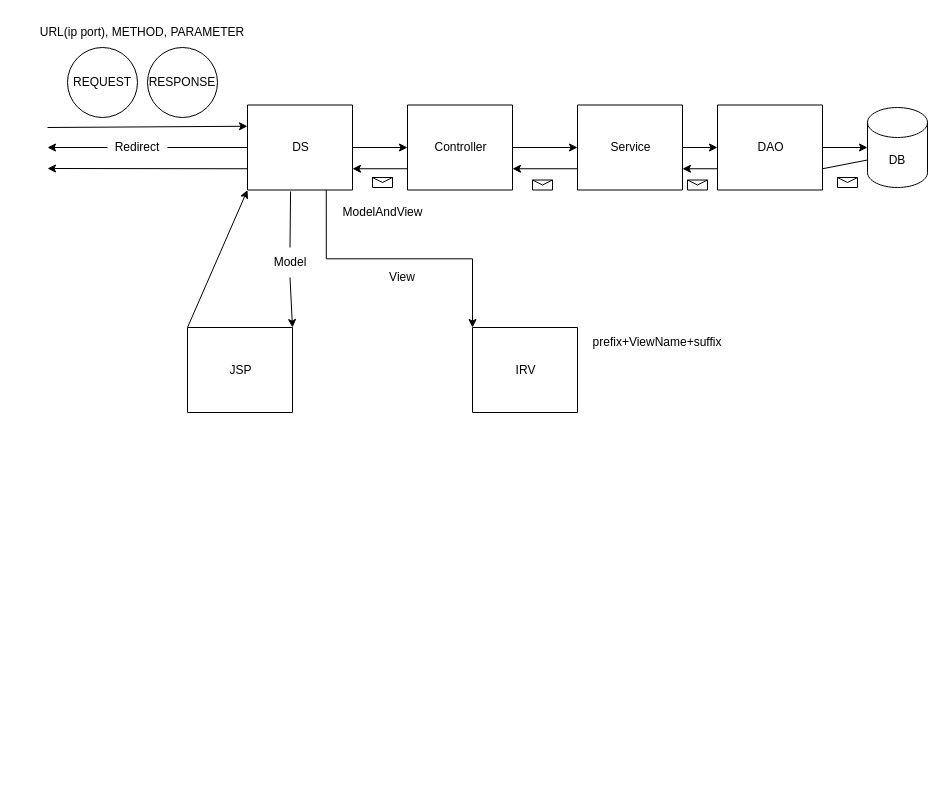
Earlier version of the draw.io diagram 제목 없는 다이어그램.drawio (LYS-1/Spring). Source tidied: cells renumbered, new cells numbered last; positions are measured from the earlier drawing's top-left corner, leaving out a move shared by most shapes. Both pictures are drawn from the tidied source at 100%, with x=0, y=0 at pixel (17, 17).
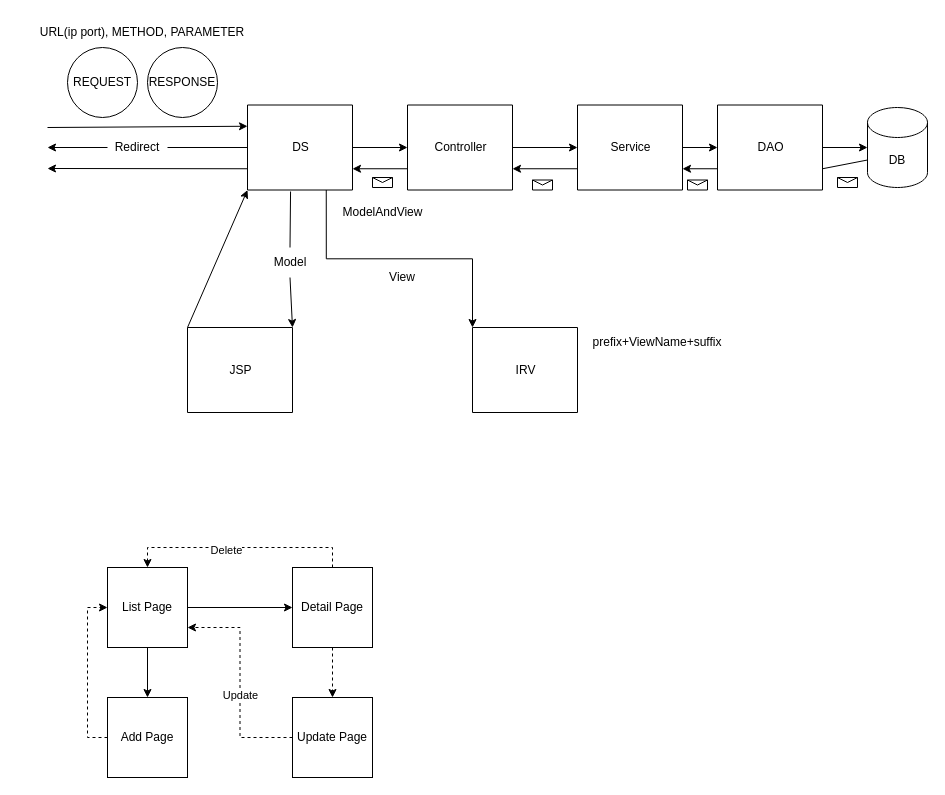
Above is the later version.

Commit message:
제목 없는 다이어그램.drawio 업데이트

The edit, as a diff of the source:
```diff
@@
+    <mxCell id="43" style="edgeStyle=orthogonalEdgeStyle;rounded=0;jettySize=auto;html=1;exitX=0.5;exitY=1;exitDx=0;exitDy=0;entryX=0.5;entryY=0;entryDx=0;entryDy=0;" parent="1" edge="1" source="44" target="50">
+      <mxGeometry relative="1" as="geometry" />
+    </mxCell>
+    <mxCell id="44" value="List Page" style="whiteSpace=wrap;html=1;" parent="1" vertex="1">
+      <mxGeometry x="90" y="550" width="80" height="80" as="geometry" />
+    </mxCell>
+    <mxCell id="45" style="edgeStyle=orthogonalEdgeStyle;rounded=0;jettySize=auto;html=1;exitX=0.5;exitY=0;exitDx=0;exitDy=0;entryX=0.5;entryY=0;entryDx=0;entryDy=0;dashed=1;" parent="1" edge="1" source="48" target="44">
+      <mxGeometry relative="1" as="geometry" />
+    </mxCell>
+    <mxCell id="46" value="Delete" style="edgeLabel;html=1;align=center;verticalAlign=middle;" parent="45" vertex="1">
+      <mxGeometry x="0.13" y="2" relative="1" as="geometry" />
+    </mxCell>
+    <mxCell id="47" style="edgeStyle=orthogonalEdgeStyle;rounded=0;jettySize=auto;html=1;exitX=0.5;exitY=1;exitDx=0;exitDy=0;dashed=1;" parent="1" edge="1" source="48" target="54">
+      <mxGeometry relative="1" as="geometry" />
+    </mxCell>
+    <mxCell id="48" value="Detail Page" style="whiteSpace=wrap;html=1;" parent="1" vertex="1">
+      <mxGeometry x="275" y="550" width="80" height="80" as="geometry" />
+    </mxCell>
+    <mxCell id="49" style="edgeStyle=orthogonalEdgeStyle;rounded=0;jettySize=auto;html=1;exitX=0;exitY=0.5;exitDx=0;exitDy=0;entryX=0;entryY=0.5;entryDx=0;entryDy=0;dashed=1;" parent="1" edge="1" source="50" target="44">
+      <mxGeometry relative="1" as="geometry" />
+    </mxCell>
+    <mxCell id="50" value="Add Page" style="whiteSpace=wrap;html=1;" parent="1" vertex="1">
+      <mxGeometry x="90" y="680" width="80" height="80" as="geometry" />
+    </mxCell>
+    <mxCell id="51" style="endArrow=classic;html=1;rounded=0;exitX=1;exitY=0.5;exitDx=0;exitDy=0;entryX=0;entryY=0.5;entryDx=0;entryDy=0;" parent="1" edge="1" source="44" target="48">
+      <mxGeometry relative="1" as="geometry" />
+    </mxCell>
+    <mxCell id="52" style="edgeStyle=orthogonalEdgeStyle;rounded=0;jettySize=auto;html=1;exitX=0;exitY=0.5;exitDx=0;exitDy=0;entryX=1;entryY=0.75;entryDx=0;entryDy=0;dashed=1;" parent="1" edge="1" source="54" target="44">
+      <mxGeometry relative="1" as="geometry" />
+    </mxCell>
+    <mxCell id="53" value="Update" style="edgeLabel;html=1;align=center;verticalAlign=middle;" parent="52" vertex="1">
+      <mxGeometry x="-0.11" y="1" relative="1" as="geometry">
+        <mxPoint x="1" y="1" as="offset" />
+      </mxGeometry>
+    </mxCell>
+    <mxCell id="54" value="Update Page" style="whiteSpace=wrap;html=1;" parent="1" vertex="1">
+      <mxGeometry x="275" y="680" width="80" height="80" as="geometry" />
+    </mxCell>
```
